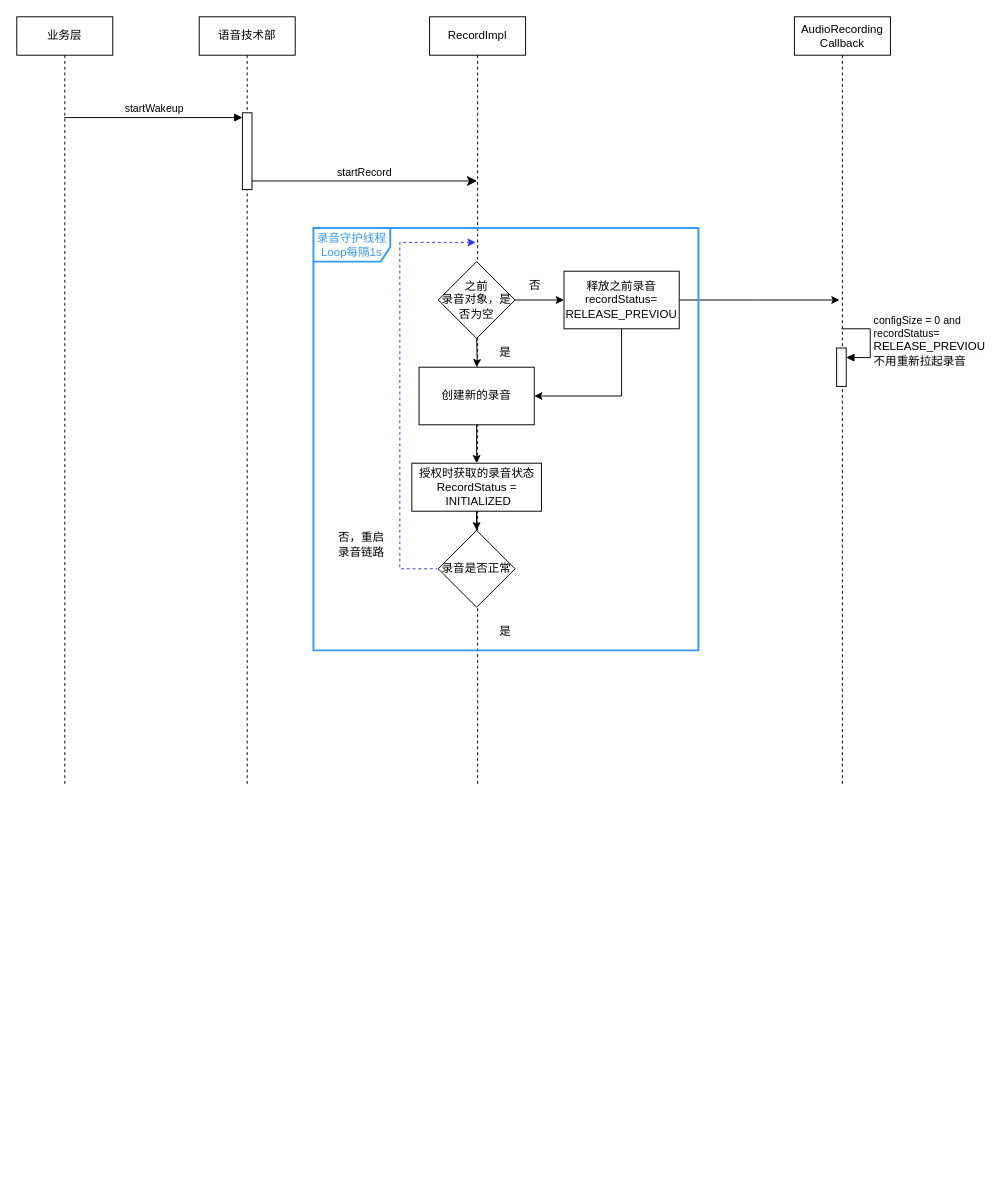
This is page "第 20 页" (20 of 29) of 未命名绘图.drawio from songlongGithub/CustomDemo, a draw.io file, before an edit. Source tidied: cells renumbered, new cells numbered last; positions are measured from the earlier drawing's top-left corner, leaving out a move shared by most shapes. Both pictures are drawn from the tidied source at 96%, with x=0, y=0 at pixel (16, 16).
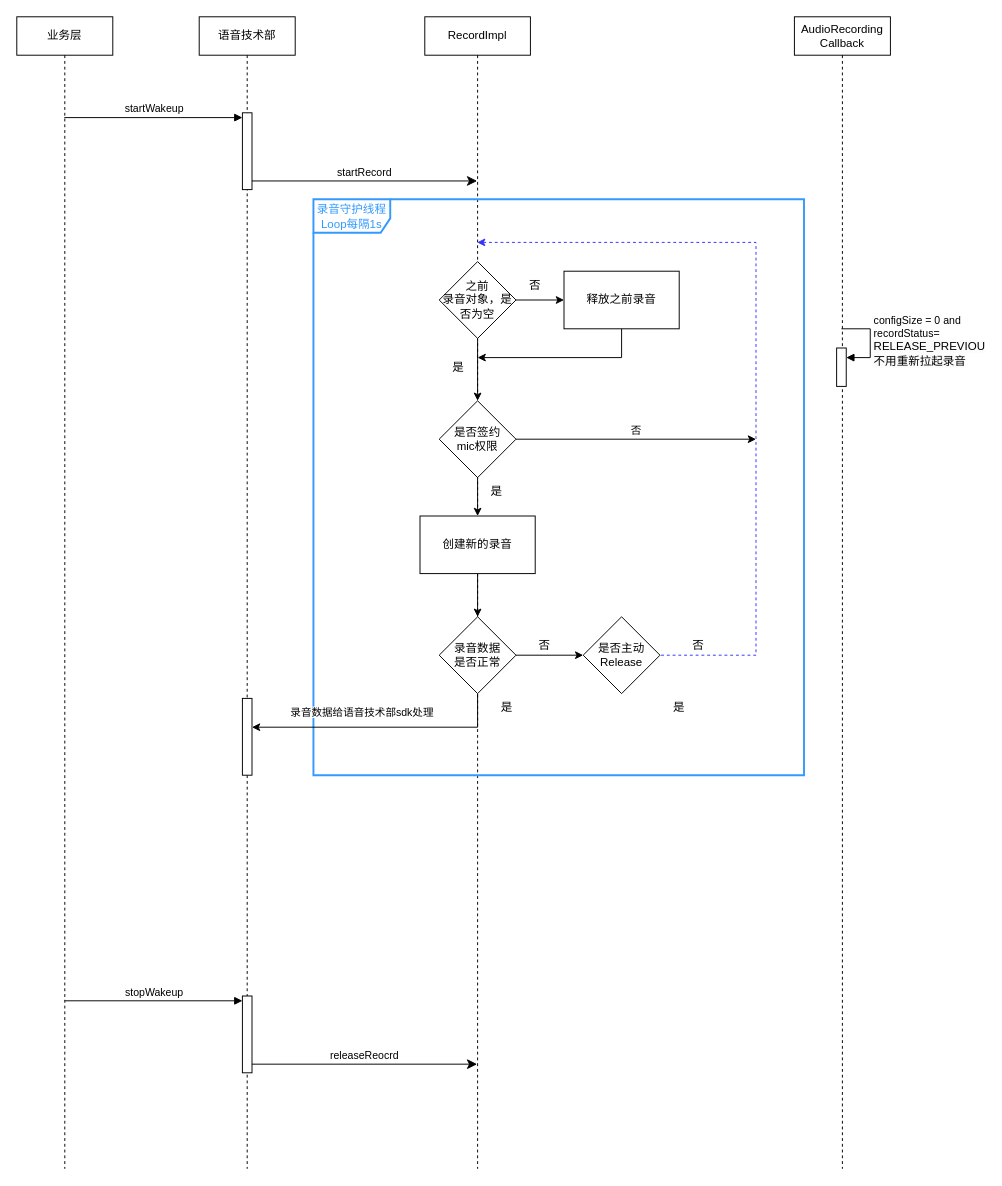
Above is the later version.

Diff of the diagram source:
```diff
@@
     <mxCell id="2" value="语音技术部" style="shape=umlLifeline;perimeter=lifelinePerimeter;whiteSpace=wrap;html=1;newEdgeStyle={&quot;curved&quot;:0,&quot;rounded&quot;:0};" parent="1" vertex="1">
-      <mxGeometry x="190" width="100" height="800" as="geometry" />
+      <mxGeometry x="190" width="100" height="1200" as="geometry" />
     </mxCell>
@@
+    <mxCell id="28" style="html=1;points=[[0,0,0,0,5],[0,1,0,0,-5],[1,0,0,0,5],[1,1,0,0,-5]];perimeter=orthogonalPerimeter;outlineConnect=0;targetShapes=umlLifeline;portConstraint=eastwest;newEdgeStyle={&quot;curved&quot;:0,&quot;rounded&quot;:0};" parent="2" vertex="1">
+      <mxGeometry x="45" y="710" width="10" height="80" as="geometry" />
+    </mxCell>
     <mxCell id="4" value="RecordImpl" style="shape=umlLifeline;perimeter=lifelinePerimeter;whiteSpace=wrap;html=1;outlineConnect=0;portConstraint=eastwest;newEdgeStyle={&quot;curved&quot;:0,&quot;rounded&quot;:0};" parent="1" vertex="1">
-      <mxGeometry x="430" width="100" height="800" as="geometry" />
+      <mxGeometry x="425" width="110" height="1200" as="geometry" />
     </mxCell>
+    <mxCell id="29" value="是否签约&lt;div&gt;mic权限&lt;/div&gt;" style="rhombus;whiteSpace=wrap;html=1;" parent="4" vertex="1">
+      <mxGeometry x="15" y="400" width="80" height="80" as="geometry" />
+    </mxCell>
     <mxCell id="5" value="AudioRecording&lt;br&gt;Callback" style="shape=umlLifeline;perimeter=lifelinePerimeter;whiteSpace=wrap;html=1;newEdgeStyle={&quot;curved&quot;:0,&quot;rounded&quot;:0};" parent="1" vertex="1">
-      <mxGeometry x="810" width="100" height="800" as="geometry" />
+      <mxGeometry x="810" width="100" height="1200" as="geometry" />
     </mxCell>
@@
     <mxCell id="8" value="业务层" style="shape=umlLifeline;perimeter=lifelinePerimeter;whiteSpace=wrap;html=1;outlineConnect=0;portConstraint=eastwest;newEdgeStyle={&quot;curved&quot;:0,&quot;rounded&quot;:0};" parent="1" vertex="1">
-      <mxGeometry width="100" height="800" as="geometry" />
+      <mxGeometry width="100" height="1200" as="geometry" />
     </mxCell>
@@
-    <mxCell id="11" style="edgeStyle=orthogonalEdgeStyle;rounded=0;jettySize=auto;html=1;" parent="1" edge="1" target="13">
-      <mxGeometry relative="1" as="geometry">
-        <mxPoint x="479" y="335" as="sourcePoint" />
-      </mxGeometry>
-    </mxCell>
-    <mxCell id="12" style="edgeStyle=orthogonalEdgeStyle;rounded=0;jettySize=auto;html=1;" parent="1" edge="1" source="13" target="27">
+    <mxCell id="12" style="edgeStyle=orthogonalEdgeStyle;rounded=0;jettySize=auto;html=1;entryX=0.5;entryY=0;entryDx=0;entryDy=0;" parent="1" edge="1" source="13" target="21">
       <mxGeometry relative="1" as="geometry" />
     </mxCell>
     <mxCell id="13" value="创建新的录音" style="whiteSpace=wrap;html=1;" parent="1" vertex="1">
-      <mxGeometry x="419" y="365" width="120" height="60" as="geometry" />
+      <mxGeometry x="420" y="520" width="120" height="60" as="geometry" />
     </mxCell>
@@
+    <mxCell id="30" style="edgeStyle=orthogonalEdgeStyle;rounded=0;jettySize=auto;html=1;" parent="1" edge="1" source="15" target="29">
+      <mxGeometry relative="1" as="geometry" />
+    </mxCell>
     <mxCell id="15" value="之前&lt;br&gt;录音对象，是否为空" style="rhombus;whiteSpace=wrap;html=1;" parent="1" vertex="1">
-      <mxGeometry x="439" y="255" width="80" height="80" as="geometry" />
+      <mxGeometry x="440" y="255" width="80" height="80" as="geometry" />
     </mxCell>
-    <mxCell id="16" style="edgeStyle=orthogonalEdgeStyle;rounded=0;jettySize=auto;html=1;entryX=1;entryY=0.5;entryDx=0;entryDy=0;exitX=0.5;exitY=1;exitDx=0;exitDy=0;" parent="1" edge="1" source="18" target="13">
-      <mxGeometry relative="1" as="geometry" />
-    </mxCell>
-    <mxCell id="17" style="edgeStyle=orthogonalEdgeStyle;rounded=0;jettySize=auto;html=1;" parent="1" edge="1" source="18">
-      <mxGeometry relative="1" as="geometry">
-        <mxPoint x="857" y="295" as="targetPoint" />
-      </mxGeometry>
-    </mxCell>
-    <mxCell id="18" value="释放之前录音&lt;br&gt;recordStatus=&lt;br style=&quot;border-color: var(--border-color);&quot;&gt;RELEASE_PREVIOU" style="whiteSpace=wrap;html=1;" parent="1" vertex="1">
-      <mxGeometry x="570" y="265" width="120" height="60" as="geometry" />
-    </mxCell>
@@
     <mxCell id="20" value="&lt;font color=&quot;#3399ff&quot;&gt;录音守护线程Loop每隔1s&lt;/font&gt;" style="shape=umlFrame;whiteSpace=wrap;html=1;width=80;height=35;strokeColor=#3399FF;strokeWidth=2;" parent="1" vertex="1">
-      <mxGeometry x="309" y="220" width="401" height="440" as="geometry" />
+      <mxGeometry x="309" y="190" width="511" height="600" as="geometry" />
     </mxCell>
+    <mxCell id="31" style="edgeStyle=orthogonalEdgeStyle;rounded=0;jettySize=auto;html=1;" parent="1" edge="1" source="21" target="42">
+      <mxGeometry relative="1" as="geometry" />
+    </mxCell>
+    <mxCell id="32" style="edgeStyle=orthogonalEdgeStyle;rounded=0;jettySize=auto;html=1;endArrow=none;endFill=0;" parent="1" edge="1" source="21">
+      <mxGeometry relative="1" as="geometry">
+        <mxPoint x="480" y="740" as="targetPoint" />
+      </mxGeometry>
+    </mxCell>
-    <mxCell id="21" value="录音是否正常" style="rhombus;whiteSpace=wrap;html=1;" parent="1" vertex="1">
-      <mxGeometry x="439" y="535" width="80" height="80" as="geometry" />
+    <mxCell id="21" value="录音数据&lt;div&gt;是否正常&lt;/div&gt;" style="rhombus;whiteSpace=wrap;html=1;" parent="1" vertex="1">
+      <mxGeometry x="440" y="625" width="80" height="80" as="geometry" />
     </mxCell>
-    <mxCell id="22" style="html=1;verticalAlign=bottom;endArrow=none;curved=0;rounded=0;endFill=0;startArrow=classic;startFill=1;dashed=1;entryX=0;entryY=0.5;entryDx=0;entryDy=0;strokeColor=#3333FF;" parent="1" edge="1">
+    <mxCell id="22" style="html=1;verticalAlign=bottom;endArrow=none;curved=0;rounded=0;endFill=0;startArrow=classic;startFill=1;dashed=1;entryX=1;entryY=0.5;entryDx=0;entryDy=0;strokeColor=#3333FF;strokeWidth=1;" parent="1" edge="1" source="4" target="42">
       <mxGeometry relative="1" as="geometry">
-        <mxPoint x="478" y="235" as="sourcePoint" />
-        <mxPoint x="438" y="575" as="targetPoint" />
         <Array as="points">
-          <mxPoint x="399" y="235" />
-          <mxPoint x="399" y="325" />
-          <mxPoint x="399" y="575" />
+          <mxPoint x="770" y="235" />
+          <mxPoint x="770" y="330" />
+          <mxPoint x="770" y="665" />
         </Array>
       </mxGeometry>
     </mxCell>
-    <mxCell id="23" value="否，重启录音链路" style="text;html=1;strokeColor=none;fillColor=none;align=center;verticalAlign=middle;whiteSpace=wrap;rounded=0;" parent="1" vertex="1">
-      <mxGeometry x="329" y="535" width="60" height="30" as="geometry" />
+    <mxCell id="23" value="否" style="text;html=1;strokeColor=none;fillColor=none;align=center;verticalAlign=middle;whiteSpace=wrap;rounded=0;" parent="1" vertex="1">
+      <mxGeometry x="680" y="640" width="60" height="30" as="geometry" />
     </mxCell>
-    <mxCell id="24" value="是" style="text;html=1;strokeColor=none;fillColor=none;align=center;verticalAlign=middle;whiteSpace=wrap;rounded=0;" parent="1" vertex="1">
-      <mxGeometry x="479" y="625" width="60" height="30" as="geometry" />
-    </mxCell>
     <mxCell id="25" value="是" style="text;html=1;strokeColor=none;fillColor=none;align=center;verticalAlign=middle;whiteSpace=wrap;rounded=0;" parent="1" vertex="1">
-      <mxGeometry x="479" y="335" width="60" height="30" as="geometry" />
+      <mxGeometry x="430" y="350" width="60" height="30" as="geometry" />
     </mxCell>
-    <mxCell id="26" style="edgeStyle=orthogonalEdgeStyle;rounded=0;jettySize=auto;html=1;" parent="1" edge="1" source="27" target="21">
-      <mxGeometry relative="1" as="geometry" />
-    </mxCell>
-    <mxCell id="27" value="授权时获取的录音状态&lt;br style=&quot;border-color: var(--border-color);&quot;&gt;RecordStatus =&lt;br&gt;&amp;nbsp;INITIALIZED" style="html=1;whiteSpace=wrap;" parent="1" vertex="1">
-      <mxGeometry x="411.5" y="465" width="135" height="50" as="geometry" />
-    </mxCell>
+    <mxCell id="33" style="edgeStyle=orthogonalEdgeStyle;rounded=0;jettySize=auto;html=1;" parent="1" edge="1" source="29" target="13">
+      <mxGeometry relative="1" as="geometry" />
+    </mxCell>
+    <mxCell id="34" value="是" style="text;html=1;strokeColor=none;fillColor=none;align=center;verticalAlign=middle;whiteSpace=wrap;rounded=0;" parent="1" vertex="1">
+      <mxGeometry x="470" y="480" width="60" height="30" as="geometry" />
+    </mxCell>
+    <mxCell id="35" style="group;" parent="1" vertex="1">
+      <mxGeometry x="570" y="265" width="120" height="60" as="geometry" />
+    </mxCell>
+    <mxCell id="18" value="释放之前录音" style="whiteSpace=wrap;html=1;" parent="35" vertex="1">
+      <mxGeometry width="120" height="60" as="geometry" />
+    </mxCell>
+    <mxCell id="16" style="edgeStyle=orthogonalEdgeStyle;rounded=0;jettySize=auto;html=1;exitX=0.5;exitY=1;exitDx=0;exitDy=0;" parent="1" edge="1" source="18">
+      <mxGeometry relative="1" as="geometry">
+        <mxPoint x="480" y="355" as="targetPoint" />
+        <Array as="points">
+          <mxPoint x="630" y="355" />
+        </Array>
+      </mxGeometry>
+    </mxCell>
+    <mxCell id="36" value="否" style="html=1;verticalAlign=bottom;endArrow=classic;curved=0;rounded=0;endFill=1;startArrow=none;startFill=0;" parent="1" edge="1">
+      <mxGeometry relative="1" as="geometry">
+        <mxPoint x="520" y="440" as="sourcePoint" />
+        <mxPoint x="770" y="440" as="targetPoint" />
+      </mxGeometry>
+    </mxCell>
+    <mxCell id="37" style="html=1;verticalAlign=bottom;endArrow=none;curved=0;rounded=0;endFill=0;startArrow=classic;startFill=1;" parent="1" edge="1" source="28">
+      <mxGeometry relative="1" as="geometry">
+        <mxPoint x="480" y="740" as="targetPoint" />
+      </mxGeometry>
+    </mxCell>
+    <mxCell id="38" value="&lt;span style=&quot;font-size: 11px; text-wrap: nowrap; background-color: rgb(255, 255, 255);&quot;&gt;录音数据给语音技术部sdk处理&lt;/span&gt;" style="text;html=1;strokeColor=none;fillColor=none;align=center;verticalAlign=middle;whiteSpace=wrap;rounded=0;" parent="1" vertex="1">
+      <mxGeometry x="330" y="710" width="60" height="30" as="geometry" />
+    </mxCell>
+    <mxCell id="39" style="html=1;points=[[0,0,0,0,5],[0,1,0,0,-5],[1,0,0,0,5],[1,1,0,0,-5]];perimeter=orthogonalPerimeter;outlineConnect=0;targetShapes=umlLifeline;portConstraint=eastwest;newEdgeStyle={&quot;curved&quot;:0,&quot;rounded&quot;:0};" parent="1" vertex="1">
+      <mxGeometry x="235" y="1020" width="10" height="80" as="geometry" />
+    </mxCell>
+    <mxCell id="40" value="stopWakeup" style="html=1;verticalAlign=bottom;endArrow=block;curved=0;rounded=0;entryX=0;entryY=0;entryDx=0;entryDy=5;" parent="1" edge="1" target="39">
+      <mxGeometry relative="1" as="geometry">
+        <mxPoint x="50" y="1025" as="sourcePoint" />
+      </mxGeometry>
+    </mxCell>
+    <mxCell id="41" value="releaseReocrd" style="html=1;verticalAlign=bottom;endArrow=classic;endSize=8;curved=0;rounded=0;endFill=1;" parent="1" edge="1" source="39">
+      <mxGeometry relative="1" as="geometry">
+        <mxPoint x="479.5" y="1091" as="targetPoint" />
+      </mxGeometry>
+    </mxCell>
+    <mxCell id="42" value="是否主动&lt;div&gt;Release&lt;/div&gt;" style="rhombus;whiteSpace=wrap;html=1;" parent="1" vertex="1">
+      <mxGeometry x="590" y="625" width="80" height="80" as="geometry" />
+    </mxCell>
+    <mxCell id="43" value="否" style="text;html=1;strokeColor=none;fillColor=none;align=center;verticalAlign=middle;whiteSpace=wrap;rounded=0;" parent="1" vertex="1">
+      <mxGeometry x="520" y="640" width="60" height="30" as="geometry" />
+    </mxCell>
+    <mxCell id="44" value="是" style="text;html=1;strokeColor=none;fillColor=none;align=center;verticalAlign=middle;whiteSpace=wrap;rounded=0;" parent="1" vertex="1">
+      <mxGeometry x="660" y="705" width="60" height="30" as="geometry" />
+    </mxCell>
+    <mxCell id="45" value="是" style="text;html=1;align=center;verticalAlign=middle;strokeColor=none;fillColor=none;" parent="1" vertex="1">
+      <mxGeometry x="490" y="705" width="40" height="30" as="geometry" />
+    </mxCell>
```
